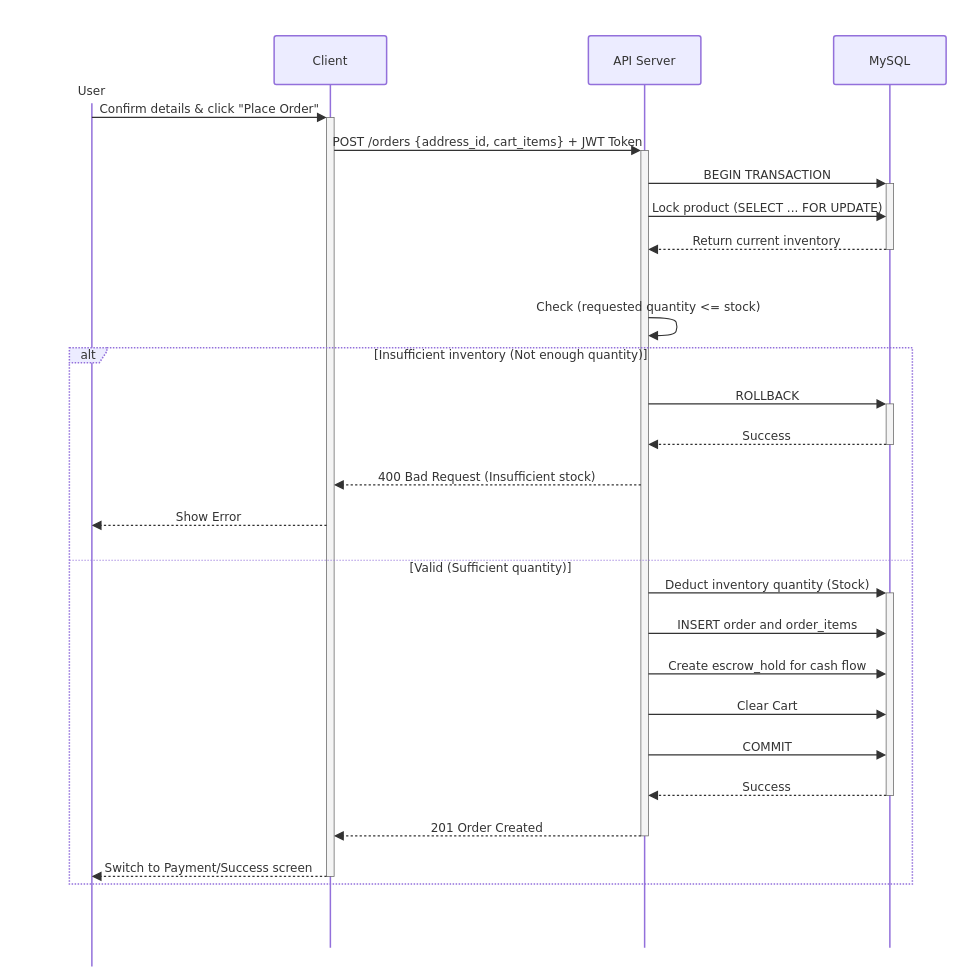
Before: page "Checkout" (4 of 14) of docs/system-design/drawio/Sequence-Diagrams.drawio in tdat-dev/Zoldify_Backend, a draw.io diagram. Source tidied: cells renumbered, new cells numbered last; positions are measured from the earlier drawing's top-left corner, leaving out a move shared by most shapes. Both pictures are drawn from the tidied source at 75%, with x=0, y=0 at pixel (13, 13).
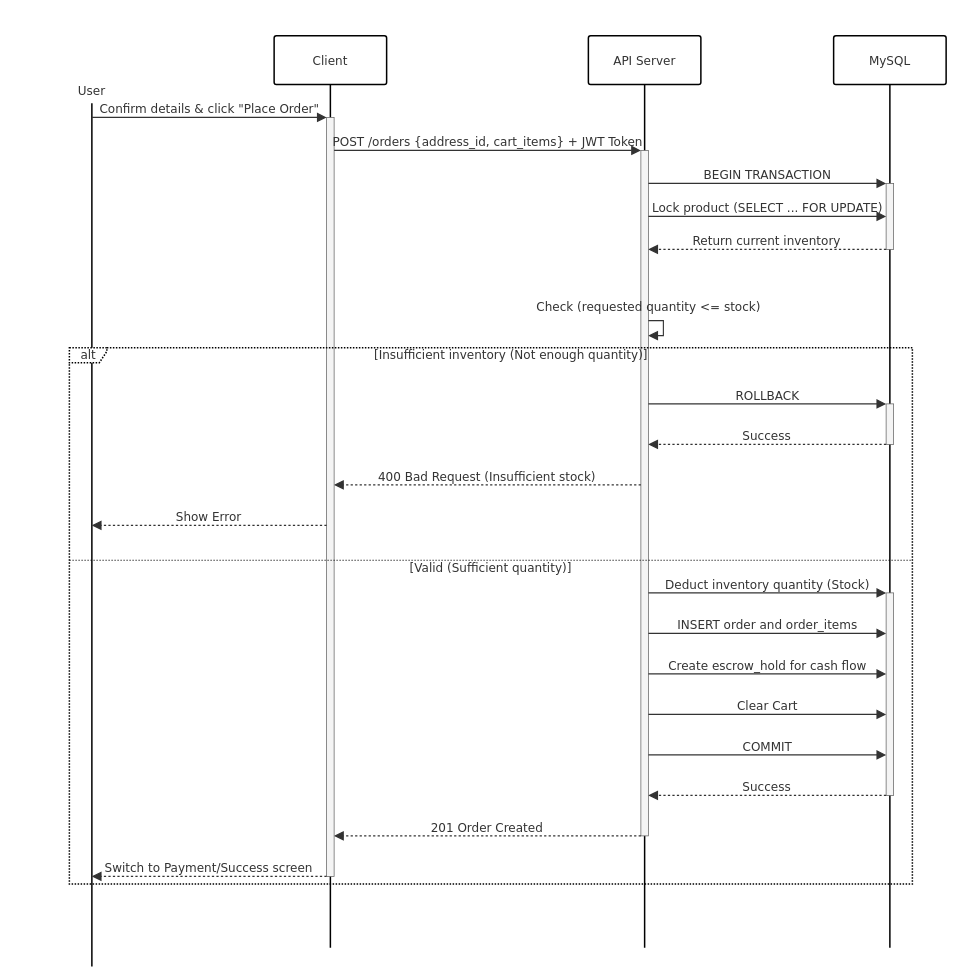
The same page after the edit.

The change refers to these unchanged cells:
```xml
<mxCell id="2" style="group;transparentBounds=1;editIcon=1;lockedGroup=0;groupPadding=10;" parent="1" vertex="1">
  <mxGeometry as="geometry" />
</mxCell>
<mxCell id="7" style="html=1;points=[];perimeter=orthogonalPerimeter;outlineConnect=0;targetShapes=umlLifeline;portConstraint=eastwest;newEdgeStyle={&quot;edgeStyle&quot;:&quot;elbowEdgeStyle&quot;,&quot;elbow&quot;:&quot;vertical&quot;,&quot;curved&quot;:0,&quot;rounded&quot;:0};fillColor=light-dark(#f4f4f4,#2a2a2a);strokeColor=light-dark(#666666,#cccccc);fontColor=light-dark(#333333,#cccccc);fontFamily=Trebuchet MS,Verdana,Arial,sans-serif;fontSize=16;" parent="6" vertex="1">
  <mxGeometry x="70" y="153" width="10" height="914" as="geometry" />
</mxCell>
```

The edit, as a diff of the source:
```diff
@@
-    <mxCell id="3" value="User" style="html=1;shape=umlLifeline;perimeter=lifelinePerimeter;whiteSpace=wrap;outlineConnect=0;portConstraint=eastwest;newEdgeStyle={&quot;edgeStyle&quot;:&quot;elbowEdgeStyle&quot;,&quot;elbow&quot;:&quot;vertical&quot;,&quot;curved&quot;:0,&quot;rounded&quot;:0};lifelineDashed=0;strokeWidth=2;rounded=1;absoluteArcSize=1;arcSize=6;lifelineColor=light-dark(#9370DB,#cccccc);participant=seqActorStick;verticalAlign=bottom;align=center;spacingBottom=4;size=90;lifelineMirror=1;fillColor=light-dark(#ECECFF,#1f2020);strokeColor=light-dark(#9370DB,#cccccc);fontColor=light-dark(#333333,#cccccc);fontFamily=Trebuchet MS,Verdana,Arial,sans-serif;fontSize=16;" parent="2" vertex="1">
+    <mxCell id="3" value="User" style="html=1;shape=umlLifeline;perimeter=lifelinePerimeter;whiteSpace=wrap;outlineConnect=0;portConstraint=eastwest;newEdgeStyle={&quot;edgeStyle&quot;:&quot;elbowEdgeStyle&quot;,&quot;elbow&quot;:&quot;vertical&quot;,&quot;curved&quot;:0,&quot;rounded&quot;:0};lifelineDashed=0;strokeWidth=2;rounded=1;absoluteArcSize=1;arcSize=6;lifelineColor=#000000;participant=seqActorStick;verticalAlign=bottom;align=center;spacingBottom=4;size=90;lifelineMirror=1;fillColor=#FFFFFF;strokeColor=#000000;fontColor=light-dark(#333333,#cccccc);fontFamily=Trebuchet MS,Verdana,Arial,sans-serif;fontSize=16;" parent="2" vertex="1">
       <mxGeometry x="30" y="30" width="150" height="1241" as="geometry" />
     </mxCell>
-    <mxCell id="4" value="Client" style="html=1;shape=umlLifeline;perimeter=lifelinePerimeter;whiteSpace=wrap;newEdgeStyle={&quot;edgeStyle&quot;:&quot;elbowEdgeStyle&quot;,&quot;elbow&quot;:&quot;vertical&quot;,&quot;curved&quot;:0,&quot;rounded&quot;:0};lifelineDashed=0;strokeWidth=2;rounded=1;absoluteArcSize=1;arcSize=6;lifelineColor=light-dark(#9370DB,#cccccc);size=65;lifelineMirror=1;fillColor=light-dark(#ECECFF,#1f2020);strokeColor=light-dark(#9370DB,#cccccc);fontColor=light-dark(#333333,#cccccc);fontFamily=Trebuchet MS,Verdana,Arial,sans-serif;fontSize=16;" parent="2" vertex="1">
+    <mxCell id="4" value="Client" style="html=1;shape=umlLifeline;perimeter=lifelinePerimeter;whiteSpace=wrap;newEdgeStyle={&quot;edgeStyle&quot;:&quot;elbowEdgeStyle&quot;,&quot;elbow&quot;:&quot;vertical&quot;,&quot;curved&quot;:0,&quot;rounded&quot;:0};lifelineDashed=0;strokeWidth=2;rounded=1;absoluteArcSize=1;arcSize=6;lifelineColor=#000000;size=65;lifelineMirror=1;fillColor=#FFFFFF;strokeColor=#000000;fontColor=light-dark(#333333,#cccccc);fontFamily=Trebuchet MS,Verdana,Arial,sans-serif;fontSize=16;" parent="2" vertex="1">
       <mxGeometry x="348" y="30" width="150" height="1216" as="geometry" />
     </mxCell>
@@
-    <mxCell id="6" value="API Server" style="html=1;shape=umlLifeline;perimeter=lifelinePerimeter;whiteSpace=wrap;newEdgeStyle={&quot;edgeStyle&quot;:&quot;elbowEdgeStyle&quot;,&quot;elbow&quot;:&quot;vertical&quot;,&quot;curved&quot;:0,&quot;rounded&quot;:0};lifelineDashed=0;strokeWidth=2;rounded=1;absoluteArcSize=1;arcSize=6;lifelineColor=light-dark(#9370DB,#cccccc);size=65;lifelineMirror=1;fillColor=light-dark(#ECECFF,#1f2020);strokeColor=light-dark(#9370DB,#cccccc);fontColor=light-dark(#333333,#cccccc);fontFamily=Trebuchet MS,Verdana,Arial,sans-serif;fontSize=16;" parent="2" vertex="1">
+    <mxCell id="6" value="API Server" style="html=1;shape=umlLifeline;perimeter=lifelinePerimeter;whiteSpace=wrap;newEdgeStyle={&quot;edgeStyle&quot;:&quot;elbowEdgeStyle&quot;,&quot;elbow&quot;:&quot;vertical&quot;,&quot;curved&quot;:0,&quot;rounded&quot;:0};lifelineDashed=0;strokeWidth=2;rounded=1;absoluteArcSize=1;arcSize=6;lifelineColor=#000000;size=65;lifelineMirror=1;fillColor=#FFFFFF;strokeColor=#000000;fontColor=light-dark(#333333,#cccccc);fontFamily=Trebuchet MS,Verdana,Arial,sans-serif;fontSize=16;" parent="2" vertex="1">
       <mxGeometry x="767" y="30" width="150" height="1216" as="geometry" />
     </mxCell>
@@
-    <mxCell id="8" style="edgeStyle=none;curved=1;endArrow=block;endSize=9;verticalAlign=bottom;align=center;fontSize=16;labelBackgroundColor=none;strokeWidth=1.5;strokeColor=light-dark(#333333,#cccccc);fontColor=light-dark(#333333,#cccccc);fontFamily=Trebuchet MS,Verdana,Arial,sans-serif;rounded=0;" parent="6" edge="1" source="7" target="7">
+    <mxCell id="8" style="edgeStyle=orthogonalEdgeStyle;endArrow=block;endSize=9;verticalAlign=bottom;align=center;fontSize=16;labelBackgroundColor=none;strokeWidth=1.5;strokeColor=light-dark(#333333,#cccccc);fontColor=light-dark(#333333,#cccccc);fontFamily=Trebuchet MS,Verdana,Arial,sans-serif;rounded=0;innerLoopWaypoints=1;" parent="6" edge="1" source="7" target="7">
       <mxGeometry relative="1" as="geometry">
         <Array as="points">
-          <mxPoint x="115" y="376" />
-          <mxPoint x="119" y="388" />
-          <mxPoint x="115" y="400" />
+          <mxPoint x="100" y="380" />
+          <mxPoint x="100" y="400" />
         </Array>
       </mxGeometry>
     </mxCell>
-    <mxCell id="9" value="MySQL" style="html=1;shape=umlLifeline;perimeter=lifelinePerimeter;whiteSpace=wrap;newEdgeStyle={&quot;edgeStyle&quot;:&quot;elbowEdgeStyle&quot;,&quot;elbow&quot;:&quot;vertical&quot;,&quot;curved&quot;:0,&quot;rounded&quot;:0};lifelineDashed=0;strokeWidth=2;rounded=1;absoluteArcSize=1;arcSize=6;lifelineColor=light-dark(#9370DB,#cccccc);size=65;lifelineMirror=1;fillColor=light-dark(#ECECFF,#1f2020);strokeColor=light-dark(#9370DB,#cccccc);fontColor=light-dark(#333333,#cccccc);fontFamily=Trebuchet MS,Verdana,Arial,sans-serif;fontSize=16;" parent="2" vertex="1">
+    <mxCell id="9" value="MySQL" style="html=1;shape=umlLifeline;perimeter=lifelinePerimeter;whiteSpace=wrap;newEdgeStyle={&quot;edgeStyle&quot;:&quot;elbowEdgeStyle&quot;,&quot;elbow&quot;:&quot;vertical&quot;,&quot;curved&quot;:0,&quot;rounded&quot;:0};lifelineDashed=0;strokeWidth=2;rounded=1;absoluteArcSize=1;arcSize=6;lifelineColor=#000000;size=65;lifelineMirror=1;fillColor=#FFFFFF;strokeColor=#000000;fontColor=light-dark(#333333,#cccccc);fontFamily=Trebuchet MS,Verdana,Arial,sans-serif;fontSize=16;" parent="2" vertex="1">
       <mxGeometry x="1094" y="30" width="150" height="1216" as="geometry" />
     </mxCell>
@@
-    <mxCell id="13" value="alt" style="html=1;shape=umlFrame;dashed=1;fixDash=1;dashPattern=2 2;strokeWidth=2;fillColor=light-dark(#ECECFF,#1f2020);strokeColor=light-dark(#9370DB,#cccccc);fontSize=16;align=center;verticalAlign=middle;fontFamily=Trebuchet MS,Verdana,Arial,sans-serif;fontColor=light-dark(#333333,#cccccc);height=20;width=50;" parent="2" vertex="1">
+    <mxCell id="13" value="alt" style="html=1;shape=umlFrame;dashed=1;fixDash=1;dashPattern=2 2;strokeWidth=2;fillColor=#FFFFFF;strokeColor=#000000;fontSize=16;align=center;verticalAlign=middle;fontFamily=Trebuchet MS,Verdana,Arial,sans-serif;fontColor=light-dark(#333333,#cccccc);height=20;width=50;" parent="2" vertex="1">
       <mxGeometry x="75" y="446" width="1124" height="715" as="geometry" />
     </mxCell>
@@
-    <mxCell id="15" style="shape=line;dashed=1;fixDash=1;dashPattern=2 2;strokeColor=light-dark(#9370DB,#cccccc);" parent="13" vertex="1">
+    <mxCell id="15" style="shape=line;dashed=1;fixDash=1;dashPattern=2 2;strokeColor=#000000;" parent="13" vertex="1">
       <mxGeometry y="283" width="1124" height="1" as="geometry" />
     </mxCell>
```
